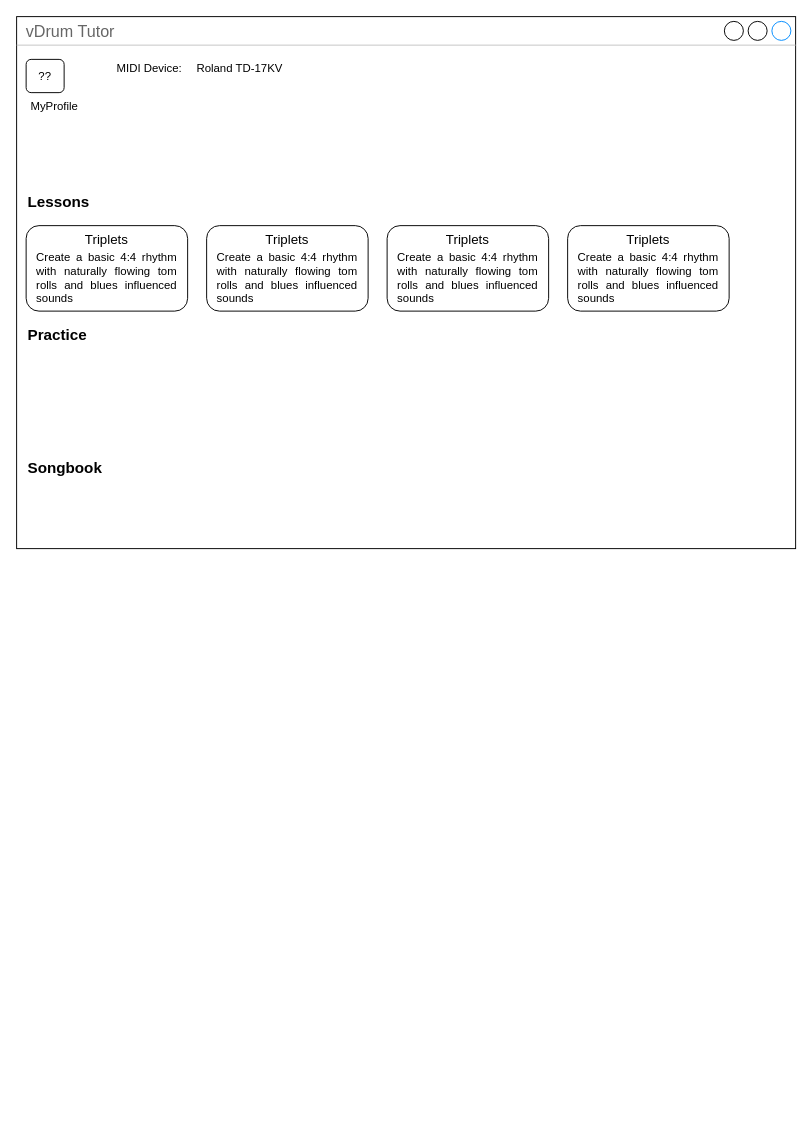
Above: vDrum Tutor Wireframe.drawio in dhevans79/vDrumTutor (draw.io), before the change. Source tidied: cells renumbered, new cells numbered last; positions are measured from the earlier drawing's top-left corner, leaving out a move shared by most shapes. Both pictures are drawn from the tidied source at 95%, with x=0, y=0 at pixel (16, 16).
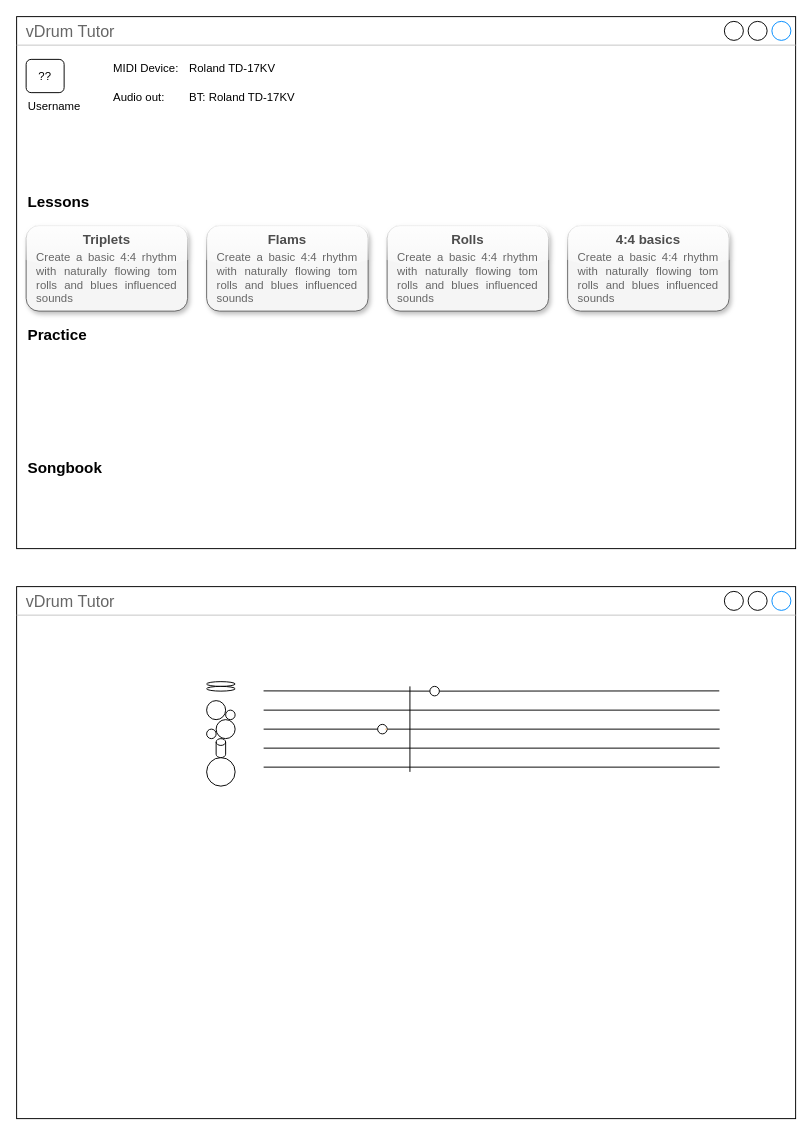
After the change.

Diff of the diagram source:
```diff
@@
-    <mxCell id="3" value="MyProfile" style="text;html=1;strokeColor=none;fillColor=none;align=center;verticalAlign=middle;whiteSpace=wrap;rounded=0;" parent="1" vertex="1">
+    <mxCell id="3" value="Username" style="text;html=1;strokeColor=none;fillColor=none;align=center;verticalAlign=middle;whiteSpace=wrap;rounded=0;" parent="1" vertex="1">
       <mxGeometry x="10" y="80" width="60" height="30" as="geometry" />
     </mxCell>
@@
-    <mxCell id="8" style="rounded=1;whiteSpace=wrap;html=1;" parent="1" vertex="1">
+    <mxCell id="8" style="rounded=1;whiteSpace=wrap;html=1;strokeColor=#666666;shadow=1;glass=1;fillColor=#f5f5f5;fontColor=#333333;" parent="1" vertex="1">
       <mxGeometry x="10" y="220" width="170" height="90" as="geometry" />
     </mxCell>
-    <mxCell id="9" value="Triplets" style="text;html=1;strokeColor=none;fillColor=none;align=center;verticalAlign=middle;whiteSpace=wrap;rounded=0;fontSize=14;" parent="1" vertex="1">
+    <mxCell id="9" value="Triplets" style="text;html=1;strokeColor=none;fillColor=none;align=center;verticalAlign=middle;whiteSpace=wrap;rounded=0;fontSize=14;fontColor=#4D4D4D;fontStyle=1;" parent="1" vertex="1">
       <mxGeometry x="65" y="220" width="60" height="30" as="geometry" />
     </mxCell>
-    <mxCell id="10" value="&lt;div align=&quot;justify&quot;&gt;Create a basic 4:4 rhythm with naturally flowing tom rolls and blues influenced sounds&lt;br&gt;&lt;/div&gt;" style="text;html=1;strokeColor=none;fillColor=none;align=center;verticalAlign=middle;whiteSpace=wrap;rounded=0;" parent="1" vertex="1">
+    <mxCell id="10" value="&lt;div align=&quot;justify&quot;&gt;Create a basic 4:4 rhythm with naturally flowing tom rolls and blues influenced sounds&lt;br&gt;&lt;/div&gt;" style="text;html=1;strokeColor=none;fillColor=none;align=center;verticalAlign=middle;whiteSpace=wrap;rounded=0;fontColor=#666666;" parent="1" vertex="1">
       <mxGeometry x="20" y="250" width="150" height="50" as="geometry" />
     </mxCell>
-    <mxCell id="11" style="rounded=1;whiteSpace=wrap;html=1;" parent="1" vertex="1">
+    <mxCell id="11" style="rounded=1;whiteSpace=wrap;html=1;strokeColor=#666666;shadow=1;glass=1;fillColor=#f5f5f5;fontColor=#333333;" parent="1" vertex="1">
       <mxGeometry x="200" y="220" width="170" height="90" as="geometry" />
     </mxCell>
-    <mxCell id="12" value="Triplets" style="text;html=1;strokeColor=none;fillColor=none;align=center;verticalAlign=middle;whiteSpace=wrap;rounded=0;fontSize=14;" parent="1" vertex="1">
+    <mxCell id="12" value="Flams" style="text;html=1;strokeColor=none;fillColor=none;align=center;verticalAlign=middle;whiteSpace=wrap;rounded=0;fontSize=14;fontColor=#4D4D4D;fontStyle=1;" parent="1" vertex="1">
       <mxGeometry x="255" y="220" width="60" height="30" as="geometry" />
     </mxCell>
-    <mxCell id="13" value="&lt;div align=&quot;justify&quot;&gt;Create a basic 4:4 rhythm with naturally flowing tom rolls and blues influenced sounds&lt;br&gt;&lt;/div&gt;" style="text;html=1;strokeColor=none;fillColor=none;align=center;verticalAlign=middle;whiteSpace=wrap;rounded=0;" parent="1" vertex="1">
+    <mxCell id="13" value="&lt;div align=&quot;justify&quot;&gt;Create a basic 4:4 rhythm with naturally flowing tom rolls and blues influenced sounds&lt;br&gt;&lt;/div&gt;" style="text;html=1;strokeColor=none;fillColor=none;align=center;verticalAlign=middle;whiteSpace=wrap;rounded=0;fontColor=#666666;" parent="1" vertex="1">
       <mxGeometry x="210" y="250" width="150" height="50" as="geometry" />
     </mxCell>
-    <mxCell id="14" style="rounded=1;whiteSpace=wrap;html=1;" parent="1" vertex="1">
+    <mxCell id="14" style="rounded=1;whiteSpace=wrap;html=1;strokeColor=#666666;shadow=1;glass=1;fillColor=#f5f5f5;fontColor=#333333;" parent="1" vertex="1">
       <mxGeometry x="390" y="220" width="170" height="90" as="geometry" />
     </mxCell>
-    <mxCell id="15" value="Triplets" style="text;html=1;strokeColor=none;fillColor=none;align=center;verticalAlign=middle;whiteSpace=wrap;rounded=0;fontSize=14;" parent="1" vertex="1">
+    <mxCell id="15" value="Rolls" style="text;html=1;strokeColor=none;fillColor=none;align=center;verticalAlign=middle;whiteSpace=wrap;rounded=0;fontSize=14;fontColor=#4D4D4D;fontStyle=1;" parent="1" vertex="1">
       <mxGeometry x="445" y="220" width="60" height="30" as="geometry" />
     </mxCell>
-    <mxCell id="16" value="&lt;div align=&quot;justify&quot;&gt;Create a basic 4:4 rhythm with naturally flowing tom rolls and blues influenced sounds&lt;br&gt;&lt;/div&gt;" style="text;html=1;strokeColor=none;fillColor=none;align=center;verticalAlign=middle;whiteSpace=wrap;rounded=0;" parent="1" vertex="1">
+    <mxCell id="16" value="&lt;div align=&quot;justify&quot;&gt;Create a basic 4:4 rhythm with naturally flowing tom rolls and blues influenced sounds&lt;br&gt;&lt;/div&gt;" style="text;html=1;strokeColor=none;fillColor=none;align=center;verticalAlign=middle;whiteSpace=wrap;rounded=0;fontColor=#666666;" parent="1" vertex="1">
       <mxGeometry x="400" y="250" width="150" height="50" as="geometry" />
     </mxCell>
-    <mxCell id="17" style="rounded=1;whiteSpace=wrap;html=1;" parent="1" vertex="1">
+    <mxCell id="17" style="rounded=1;whiteSpace=wrap;html=1;strokeColor=#666666;shadow=1;glass=1;fillColor=#f5f5f5;fontColor=#333333;" parent="1" vertex="1">
       <mxGeometry x="580" y="220" width="170" height="90" as="geometry" />
     </mxCell>
-    <mxCell id="18" value="Triplets" style="text;html=1;strokeColor=none;fillColor=none;align=center;verticalAlign=middle;whiteSpace=wrap;rounded=0;fontSize=14;" parent="1" vertex="1">
-      <mxGeometry x="635" y="220" width="60" height="30" as="geometry" />
+    <mxCell id="18" value="4:4 basics" style="text;html=1;strokeColor=none;fillColor=none;align=center;verticalAlign=middle;whiteSpace=wrap;rounded=0;fontSize=14;fontColor=#4D4D4D;fontStyle=1;" parent="1" vertex="1">
+      <mxGeometry x="590" y="220" width="150" height="30" as="geometry" />
     </mxCell>
-    <mxCell id="19" value="&lt;div align=&quot;justify&quot;&gt;Create a basic 4:4 rhythm with naturally flowing tom rolls and blues influenced sounds&lt;br&gt;&lt;/div&gt;" style="text;html=1;strokeColor=none;fillColor=none;align=center;verticalAlign=middle;whiteSpace=wrap;rounded=0;" parent="1" vertex="1">
+    <mxCell id="19" value="&lt;div align=&quot;justify&quot;&gt;Create a basic 4:4 rhythm with naturally flowing tom rolls and blues influenced sounds&lt;br&gt;&lt;/div&gt;" style="text;html=1;strokeColor=none;fillColor=none;align=center;verticalAlign=middle;whiteSpace=wrap;rounded=0;fontColor=#666666;" parent="1" vertex="1">
       <mxGeometry x="590" y="250" width="150" height="50" as="geometry" />
     </mxCell>
-    <mxCell id="20" value="MIDI Device:" style="text;html=1;strokeColor=none;fillColor=none;align=center;verticalAlign=middle;whiteSpace=wrap;rounded=0;" parent="1" vertex="1">
+    <mxCell id="20" value="MIDI Device:" style="text;html=1;strokeColor=none;fillColor=none;align=left;verticalAlign=middle;whiteSpace=wrap;rounded=0;" parent="1" vertex="1">
       <mxGeometry x="100" y="40" width="80" height="30" as="geometry" />
     </mxCell>
-    <mxCell id="21" value="Roland TD-17KV" style="text;html=1;strokeColor=none;fillColor=none;align=center;verticalAlign=middle;whiteSpace=wrap;rounded=0;" parent="1" vertex="1">
+    <mxCell id="21" value="Roland TD-17KV" style="text;html=1;strokeColor=none;fillColor=none;align=left;verticalAlign=middle;whiteSpace=wrap;rounded=0;" parent="1" vertex="1">
       <mxGeometry x="180" y="40" width="110" height="30" as="geometry" />
     </mxCell>
+    <mxCell id="22" value="Audio out:" style="text;html=1;strokeColor=none;fillColor=none;align=left;verticalAlign=middle;whiteSpace=wrap;rounded=0;" parent="1" vertex="1">
+      <mxGeometry x="100" y="70" width="80" height="30" as="geometry" />
+    </mxCell>
+    <mxCell id="23" value="BT: Roland TD-17KV" style="text;html=1;strokeColor=none;fillColor=none;align=left;verticalAlign=middle;whiteSpace=wrap;rounded=0;" parent="1" vertex="1">
+      <mxGeometry x="180" y="70" width="130" height="30" as="geometry" />
+    </mxCell>
+    <mxCell id="24" value="vDrum Tutor" style="strokeWidth=1;shadow=0;dashed=0;align=center;html=1;shape=mxgraph.mockup.containers.window;align=left;verticalAlign=top;spacingLeft=8;strokeColor2=#008cff;strokeColor3=#c4c4c4;fontColor=#666666;mainText=;fontSize=17;labelBackgroundColor=none;whiteSpace=wrap;" parent="1" vertex="1">
+      <mxGeometry y="600" width="820" height="560" as="geometry" />
+    </mxCell>
+    <mxCell id="25" style="endArrow=none;html=1;rounded=0;entryX=0.902;entryY=0.196;entryDx=0;entryDy=0;entryPerimeter=0;" parent="1" edge="1" target="24">
+      <mxGeometry relative="1" as="geometry">
+        <mxPoint x="440" y="710" as="sourcePoint" />
+      </mxGeometry>
+    </mxCell>
+    <mxCell id="26" style="endArrow=none;html=1;rounded=0;entryX=0.902;entryY=0.196;entryDx=0;entryDy=0;entryPerimeter=0;exitX=0.317;exitY=0.196;exitDx=0;exitDy=0;exitPerimeter=0;" parent="1" edge="1">
+      <mxGeometry relative="1" as="geometry">
+        <mxPoint x="260" y="730" as="sourcePoint" />
+        <mxPoint x="740" y="730" as="targetPoint" />
+      </mxGeometry>
+    </mxCell>
+    <mxCell id="27" style="endArrow=none;html=1;rounded=0;entryX=0.902;entryY=0.196;entryDx=0;entryDy=0;entryPerimeter=0;exitX=1;exitY=0.5;exitDx=0;exitDy=0;exitPerimeter=0;" parent="1" edge="1" source="43">
+      <mxGeometry relative="1" as="geometry">
+        <mxPoint x="740" y="750" as="targetPoint" />
+      </mxGeometry>
+    </mxCell>
+    <mxCell id="28" style="endArrow=none;html=1;rounded=0;entryX=0.902;entryY=0.196;entryDx=0;entryDy=0;entryPerimeter=0;exitX=0.317;exitY=0.196;exitDx=0;exitDy=0;exitPerimeter=0;" parent="1" edge="1">
+      <mxGeometry relative="1" as="geometry">
+        <mxPoint x="260" y="770" as="sourcePoint" />
+        <mxPoint x="740" y="770" as="targetPoint" />
+      </mxGeometry>
+    </mxCell>
+    <mxCell id="29" style="endArrow=none;html=1;rounded=0;entryX=0.902;entryY=0.196;entryDx=0;entryDy=0;entryPerimeter=0;exitX=0.317;exitY=0.196;exitDx=0;exitDy=0;exitPerimeter=0;" parent="1" edge="1">
+      <mxGeometry relative="1" as="geometry">
+        <mxPoint x="260" y="790" as="sourcePoint" />
+        <mxPoint x="740" y="790" as="targetPoint" />
+      </mxGeometry>
+    </mxCell>
+    <mxCell id="30" style="group;" parent="1" vertex="1">
+      <mxGeometry x="200" y="700" width="30" height="10" as="geometry" />
+    </mxCell>
+    <mxCell id="31" style="ellipse;whiteSpace=wrap;html=1;" parent="30" vertex="1">
+      <mxGeometry width="30" height="5" as="geometry" />
+    </mxCell>
+    <mxCell id="32" style="ellipse;whiteSpace=wrap;html=1;" parent="30" vertex="1">
+      <mxGeometry y="5" width="30" height="5" as="geometry" />
+    </mxCell>
+    <mxCell id="33" style="ellipse;whiteSpace=wrap;html=1;" parent="1" vertex="1">
+      <mxGeometry x="200" y="780" width="30" height="30" as="geometry" />
+    </mxCell>
+    <mxCell id="34" style="ellipse;whiteSpace=wrap;html=1;" parent="1" vertex="1">
+      <mxGeometry x="200" y="720" width="20" height="20" as="geometry" />
+    </mxCell>
+    <mxCell id="35" style="ellipse;whiteSpace=wrap;html=1;" parent="1" vertex="1">
+      <mxGeometry x="220" y="730" width="10" height="10" as="geometry" />
+    </mxCell>
+    <mxCell id="36" style="ellipse;whiteSpace=wrap;html=1;" parent="1" vertex="1">
+      <mxGeometry x="210" y="740" width="20" height="20" as="geometry" />
+    </mxCell>
+    <mxCell id="37" style="ellipse;whiteSpace=wrap;html=1;" parent="1" vertex="1">
+      <mxGeometry x="200" y="750" width="10" height="10" as="geometry" />
+    </mxCell>
+    <mxCell id="38" style="shape=cylinder3;whiteSpace=wrap;html=1;boundedLbl=1;backgroundOutline=1;size=3.5833333333332575;" parent="1" vertex="1">
+      <mxGeometry x="210" y="760" width="10" height="20" as="geometry" />
+    </mxCell>
+    <mxCell id="39" style="endArrow=none;html=1;rounded=0;" parent="1" edge="1">
+      <mxGeometry relative="1" as="geometry">
+        <mxPoint x="414" y="705" as="sourcePoint" />
+        <mxPoint x="414" y="795" as="targetPoint" />
+      </mxGeometry>
+    </mxCell>
+    <mxCell id="40" style="endArrow=none;html=1;rounded=0;exitX=0.317;exitY=0.196;exitDx=0;exitDy=0;exitPerimeter=0;" parent="1" edge="1" source="24">
+      <mxGeometry relative="1" as="geometry">
+        <mxPoint x="440" y="710" as="targetPoint" />
+      </mxGeometry>
+    </mxCell>
+    <mxCell id="41" style="ellipse;whiteSpace=wrap;html=1;" parent="1" vertex="1">
+      <mxGeometry x="435" y="705" width="10" height="10" as="geometry" />
+    </mxCell>
+    <mxCell id="42" style="endArrow=none;html=1;rounded=0;exitX=0.317;exitY=0.196;exitDx=0;exitDy=0;exitPerimeter=0;" parent="1" edge="1">
+      <mxGeometry relative="1" as="geometry">
+        <mxPoint x="260" y="750" as="sourcePoint" />
+        <mxPoint x="385" y="750" as="targetPoint" />
+      </mxGeometry>
+    </mxCell>
+    <mxCell id="43" style="ellipse;whiteSpace=wrap;html=1;" parent="1" vertex="1">
+      <mxGeometry x="380" y="745" width="10" height="10" as="geometry" />
+    </mxCell>
+    <mxCell id="44" style="ellipse;whiteSpace=wrap;html=1;fillColor=#FFCC99;strokeColor=none;" parent="1" vertex="1">
+      <mxGeometry x="388" y="749" width="2" height="2" as="geometry" />
+    </mxCell>
```
